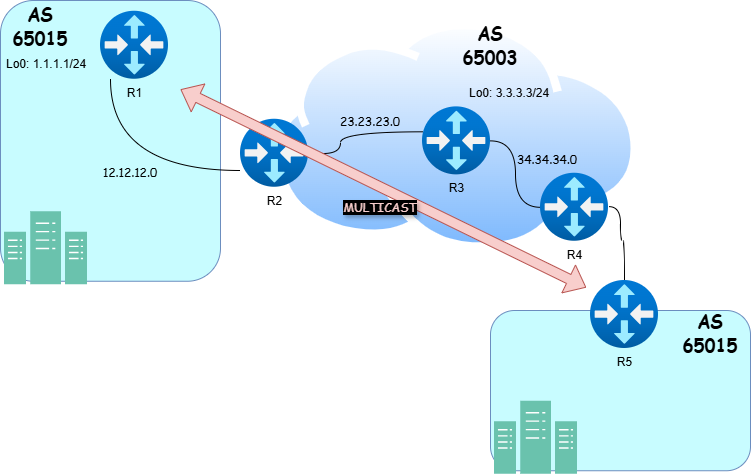
The draw.io diagram drawio/mio__multicast_over_mpls.drawio.png in autonetops/lab_topologies, before a commit. Source tidied: cells renumbered, new cells last; positions are measured from the earlier drawing's top-left corner, leaving out a move shared by most shapes.
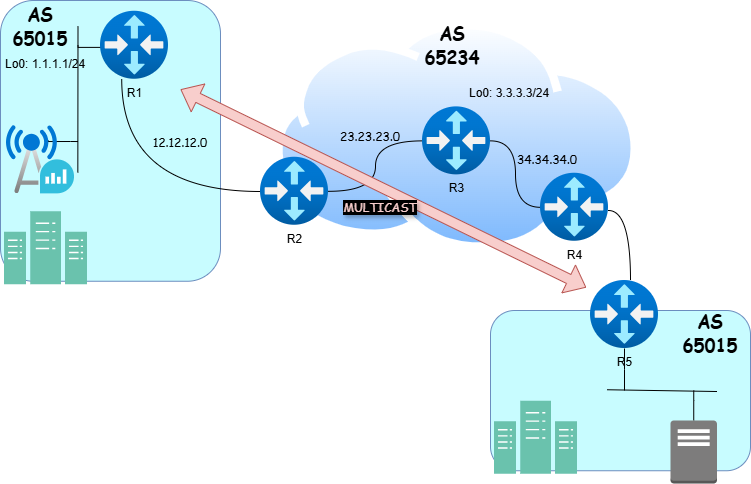
Above is the later version.

The edit, as a diff of the source:
```diff
@@ -2,33 +2,22 @@
   <root>
     <mxCell id="0" />
     <mxCell id="1" parent="0" />
+    <mxCell id="3" style="rounded=1;whiteSpace=wrap;html=1;fillColor=#C8FCFF;strokeColor=#6c8ebf;" parent="1" vertex="1">
+      <mxGeometry width="220" height="280.8" as="geometry" />
+    </mxCell>
     <mxCell id="2" style="image;perimeter=ellipsePerimeter;html=1;align=center;shadow=0;dashed=0;spacingTop=3;image=img/lib/active_directory/internet_cloud.svg;direction=east;" parent="1" vertex="1">
       <mxGeometry x="274" y="20.8" width="365.1" height="230" as="geometry" />
     </mxCell>
-    <mxCell id="3" style="rounded=1;whiteSpace=wrap;html=1;fillColor=#C8FCFF;strokeColor=#6c8ebf;" parent="1" vertex="1">
-      <mxGeometry width="220" height="280.8" as="geometry" />
-    </mxCell>
     <mxCell id="4" style="sketch=0;shadow=0;dashed=0;html=1;strokeColor=#82b366;fillColor=#6AC2AD;labelPosition=center;verticalLabelPosition=bottom;verticalAlign=top;align=center;shape=mxgraph.veeam2.datacenter;" parent="1" vertex="1">
       <mxGeometry x="3.5" y="210.8" width="83" height="73" as="geometry" />
     </mxCell>
-    <mxCell id="5" style="edgeStyle=orthogonalEdgeStyle;rounded=0;jettySize=auto;html=1;endArrow=none;startFill=0;curved=1;" parent="1" edge="1" source="7" target="11">
+    <mxCell id="5" style="edgeStyle=orthogonalEdgeStyle;rounded=0;jettySize=auto;html=1;endArrow=none;startFill=0;curved=1;exitX=0.312;exitY=0.997;exitDx=0;exitDy=0;exitPerimeter=0;" parent="1" edge="1" source="7" target="11">
       <mxGeometry relative="1" as="geometry">
         <Array as="points">
-          <mxPoint x="110" y="170" />
+          <mxPoint x="121" y="191" />
         </Array>
       </mxGeometry>
     </mxCell>
-    <mxCell id="6" style="edgeStyle=orthogonalEdgeStyle;rounded=0;jettySize=auto;html=1;curved=1;endArrow=none;startFill=0;entryX=0.014;entryY=0.367;entryDx=0;entryDy=0;entryPerimeter=0;exitX=0.959;exitY=0.467;exitDx=0;exitDy=0;exitPerimeter=0;" parent="1" edge="1" source="11" target="10">
-      <mxGeometry relative="1" as="geometry">
-        <Array as="points">
-          <mxPoint x="340" y="153" />
-          <mxPoint x="340" y="131" />
-        </Array>
-      </mxGeometry>
-    </mxCell>
-    <mxCell id="7" value="&lt;span style=&quot;text-wrap-mode: wrap;&quot;&gt;R1&lt;/span&gt;" style="image;html=1;points=[];align=center;fontSize=12;image=img/lib/azure2/networking/Virtual_Router.svg;fontColor=light-dark(#000000,#000000);labelBackgroundColor=none;" parent="1" vertex="1">
-      <mxGeometry x="100" y="10.8" width="68" height="68" as="geometry" />
-    </mxCell>
     <mxCell id="8" value="&lt;span style=&quot;forced-color-adjust: none; font-family: Helvetica; font-size: 12px; font-style: normal; font-variant-ligatures: normal; font-variant-caps: normal; font-weight: 400; letter-spacing: normal; orphans: 2; text-align: center; text-indent: 0px; text-transform: none; widows: 2; word-spacing: 0px; -webkit-text-stroke-width: 0px; white-space: normal; text-decoration-thickness: initial; text-decoration-style: initial; text-decoration-color: initial; box-shadow: none !important;&quot;&gt;Lo0: 1.1.1.1/24&lt;/span&gt;" style="text;whiteSpace=wrap;html=1;fontColor=light-dark(#000000,#000000);labelBackgroundColor=none;" parent="1" vertex="1">
       <mxGeometry x="3.5" y="50" width="110" height="40" as="geometry" />
     </mxCell>
@@ -38,20 +27,23 @@
     <mxCell id="10" value="&lt;span style=&quot;text-wrap-mode: wrap;&quot;&gt;R3&lt;/span&gt;" style="image;html=1;points=[];align=center;fontSize=12;image=img/lib/azure2/networking/Virtual_Router.svg;fontColor=light-dark(#000000,#000000);labelBackgroundColor=none;" parent="1" vertex="1">
       <mxGeometry x="422" y="106.4" width="68" height="68" as="geometry" />
     </mxCell>
+    <mxCell id="6" style="edgeStyle=orthogonalEdgeStyle;rounded=0;jettySize=auto;html=1;endArrow=none;startFill=0;curved=1;" parent="1" edge="1" source="11" target="10">
+      <mxGeometry relative="1" as="geometry" />
+    </mxCell>
     <mxCell id="11" value="&lt;span style=&quot;text-wrap-mode: wrap;&quot;&gt;R2&lt;/span&gt;" style="image;html=1;points=[];align=center;fontSize=12;image=img/lib/azure2/networking/Virtual_Router.svg;fontColor=light-dark(#000000,#000000);labelBackgroundColor=none;" parent="1" vertex="1">
-      <mxGeometry x="240" y="118.8" width="68" height="68" as="geometry" />
+      <mxGeometry x="260" y="156.8" width="68" height="68" as="geometry" />
     </mxCell>
     <mxCell id="12" value="&lt;font face=&quot;Comic Sans MS&quot;&gt;&lt;b&gt;AS 65015&lt;/b&gt;&lt;/font&gt;" style="text;html=1;align=center;verticalAlign=middle;whiteSpace=wrap;rounded=0;fontSize=18;" parent="1" vertex="1">
       <mxGeometry x="10" y="10.8" width="60" height="30" as="geometry" />
     </mxCell>
-    <mxCell id="13" value="&lt;font face=&quot;Comic Sans MS&quot;&gt;&lt;b&gt;AS 65003&lt;/b&gt;&lt;/font&gt;" style="text;html=1;align=center;verticalAlign=middle;whiteSpace=wrap;rounded=0;fontSize=18;" parent="1" vertex="1">
-      <mxGeometry x="460" y="29.8" width="60" height="30" as="geometry" />
+    <mxCell id="13" value="&lt;font face=&quot;Comic Sans MS&quot;&gt;&lt;b&gt;AS 65234&lt;/b&gt;&lt;/font&gt;" style="text;html=1;align=center;verticalAlign=middle;whiteSpace=wrap;rounded=0;fontSize=18;" parent="1" vertex="1">
+      <mxGeometry x="422" y="29.8" width="60" height="30" as="geometry" />
     </mxCell>
     <mxCell id="14" value="&lt;font face=&quot;Comic Sans MS&quot;&gt;12.12.12.0&lt;/font&gt;" style="text;html=1;align=center;verticalAlign=middle;whiteSpace=wrap;rounded=0;" parent="1" vertex="1">
-      <mxGeometry x="100" y="156.8" width="60" height="30" as="geometry" />
+      <mxGeometry x="150" y="126.8" width="60" height="30" as="geometry" />
     </mxCell>
     <mxCell id="15" value="&lt;font face=&quot;Comic Sans MS&quot;&gt;23.23.23.0&lt;/font&gt;" style="text;html=1;align=center;verticalAlign=middle;whiteSpace=wrap;rounded=0;" parent="1" vertex="1">
-      <mxGeometry x="340" y="106.4" width="60" height="30" as="geometry" />
+      <mxGeometry x="340" y="120.8" width="60" height="30" as="geometry" />
     </mxCell>
     <mxCell id="16" value="&lt;font face=&quot;Comic Sans MS&quot;&gt;34.34.34.0&lt;/font&gt;" style="text;html=1;align=center;verticalAlign=middle;whiteSpace=wrap;rounded=0;" parent="1" vertex="1">
       <mxGeometry x="516.5" y="144.4" width="60" height="30" as="geometry" />
@@ -73,23 +65,67 @@
     <mxCell id="21" style="sketch=0;shadow=0;dashed=0;html=1;strokeColor=#82b366;fillColor=#6AC2AD;labelPosition=center;verticalLabelPosition=bottom;verticalAlign=top;align=center;shape=mxgraph.veeam2.datacenter;" parent="1" vertex="1">
       <mxGeometry x="493.5" y="400.2" width="83" height="73" as="geometry" />
     </mxCell>
-    <mxCell id="22" style="edgeStyle=orthogonalEdgeStyle;rounded=0;jettySize=auto;html=1;endArrow=none;startFill=0;curved=1;exitX=1.006;exitY=0.491;exitDx=0;exitDy=0;exitPerimeter=0;" parent="1" edge="1" source="23" target="24">
+    <mxCell id="22" style="edgeStyle=orthogonalEdgeStyle;rounded=0;jettySize=auto;html=1;endArrow=none;startFill=0;curved=1;" parent="1" edge="1" source="23" target="24">
       <mxGeometry relative="1" as="geometry">
         <Array as="points">
-          <mxPoint x="620" y="206" />
-          <mxPoint x="620" y="240" />
-          <mxPoint x="624" y="240" />
+          <mxPoint x="630" y="210" />
         </Array>
       </mxGeometry>
     </mxCell>
     <mxCell id="23" value="&lt;span style=&quot;text-wrap-mode: wrap;&quot;&gt;R4&lt;/span&gt;" style="image;html=1;points=[];align=center;fontSize=12;image=img/lib/azure2/networking/Virtual_Router.svg;fontColor=light-dark(#000000,#000000);labelBackgroundColor=none;" parent="1" vertex="1">
       <mxGeometry x="540" y="172.8" width="68" height="68" as="geometry" />
     </mxCell>
+    <mxCell id="26" style="edgeStyle=orthogonalEdgeStyle;rounded=0;jettySize=auto;html=1;endArrow=none;startFill=0;align=left;" parent="1" edge="1" source="24">
+      <mxGeometry relative="1" as="geometry">
+        <mxPoint x="624" y="390" as="targetPoint" />
+      </mxGeometry>
+    </mxCell>
     <mxCell id="24" value="&lt;span style=&quot;text-wrap-mode: wrap;&quot;&gt;R5&lt;/span&gt;" style="image;html=1;points=[];align=center;fontSize=12;image=img/lib/azure2/networking/Virtual_Router.svg;fontColor=light-dark(#000000,#000000);labelBackgroundColor=none;" parent="1" vertex="1">
       <mxGeometry x="590" y="280" width="68" height="68" as="geometry" />
     </mxCell>
     <mxCell id="25" value="&lt;font face=&quot;Comic Sans MS&quot;&gt;&lt;b&gt;AS 65015&lt;/b&gt;&lt;/font&gt;" style="text;html=1;align=center;verticalAlign=middle;whiteSpace=wrap;rounded=0;fontSize=18;" parent="1" vertex="1">
       <mxGeometry x="680" y="318" width="60" height="30" as="geometry" />
     </mxCell>
+    <mxCell id="27" style="edgeStyle=orthogonalEdgeStyle;rounded=0;jettySize=auto;html=1;endArrow=none;startFill=0;" parent="1" edge="1" source="28">
+      <mxGeometry relative="1" as="geometry">
+        <mxPoint x="693.2" y="390" as="targetPoint" />
+      </mxGeometry>
+    </mxCell>
+    <mxCell id="28" style="outlineConnect=0;dashed=0;verticalLabelPosition=bottom;verticalAlign=top;align=center;html=1;shape=mxgraph.aws3.traditional_server;fillColor=#7D7C7C;gradientColor=none;" parent="1" vertex="1">
+      <mxGeometry x="670" y="420" width="46.5" height="63" as="geometry" />
+    </mxCell>
+    <mxCell id="29" style="endArrow=none;html=1;rounded=0;" parent="1" edge="1">
+      <mxGeometry relative="1" as="geometry">
+        <mxPoint x="716.5" y="391" as="sourcePoint" />
+        <mxPoint x="606.5" y="389.2" as="targetPoint" />
+      </mxGeometry>
+    </mxCell>
+    <mxCell id="30" style="edgeStyle=orthogonalEdgeStyle;rounded=0;orthogonalLoop=1;jettySize=auto;html=1;endArrow=none;startFill=0;align=left;" parent="1" edge="1">
+      <mxGeometry relative="1" as="geometry">
+        <mxPoint x="77.5" y="141" as="sourcePoint" />
+        <mxPoint x="47.5" y="139.7" as="targetPoint" />
+        <Array as="points">
+          <mxPoint x="70" y="141" />
+          <mxPoint x="70" y="141" />
+        </Array>
+      </mxGeometry>
+    </mxCell>
+    <mxCell id="31" style="edgeStyle=orthogonalEdgeStyle;rounded=0;orthogonalLoop=1;jettySize=auto;html=1;endArrow=none;startFill=0;" parent="1" edge="1">
+      <mxGeometry relative="1" as="geometry">
+        <mxPoint x="113.5" y="46.9" as="sourcePoint" />
+        <mxPoint x="77.5" y="44.6" as="targetPoint" />
+      </mxGeometry>
+    </mxCell>
+    <mxCell id="32" style="endArrow=none;html=1;rounded=0;exitX=1.049;exitY=0.688;exitDx=0;exitDy=0;exitPerimeter=0;" parent="1" edge="1" source="33">
+      <mxGeometry relative="1" as="geometry">
+        <mxPoint x="77.5" y="25.6" as="targetPoint" />
+      </mxGeometry>
+    </mxCell>
+    <mxCell id="7" value="&lt;span style=&quot;text-wrap-mode: wrap;&quot;&gt;R1&lt;/span&gt;" style="image;html=1;points=[];align=center;fontSize=12;image=img/lib/azure2/networking/Virtual_Router.svg;fontColor=light-dark(#000000,#000000);labelBackgroundColor=none;" parent="1" vertex="1">
+      <mxGeometry x="100" y="10.8" width="68" height="68" as="geometry" />
+    </mxCell>
+    <mxCell id="33" style="image;html=1;points=[];align=center;fontSize=12;image=img/lib/azure2/hybrid_multicloud/Azure_Operator_Insights.svg;" parent="1" vertex="1">
+      <mxGeometry x="6" y="125.4" width="68" height="68" as="geometry" />
+    </mxCell>
   </root>
 </mxGraphModel>
```
